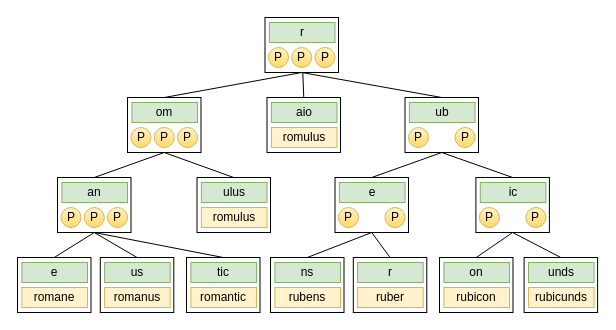
Before: page "第 6 页" (11 of 14) of 论文.drawio in jue73/7339, a draw.io diagram. Source tidied: cells renumbered, new cells numbered last; positions are measured from the earlier drawing's top-left corner, leaving out a move shared by most shapes. Both pictures are drawn from the tidied source at 100%, with x=0, y=0 at pixel (17, 17).
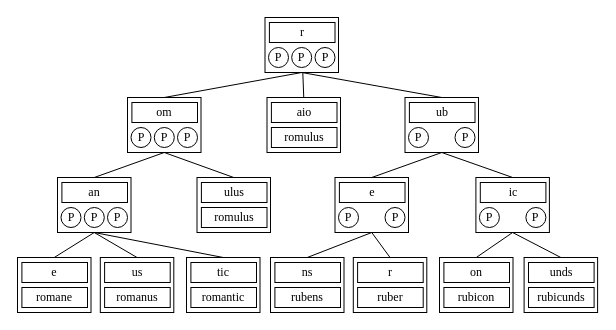
Above is the later version.

Change to the diagram source:
```diff
@@
-    <mxCell id="3" value="P" style="ellipse;whiteSpace=wrap;html=1;fillColor=#fff2cc;gradientColor=#ffd966;strokeColor=#d6b656;" parent="1" vertex="1">
+    <mxCell id="3" value="&lt;font face=&quot;Times New Roman&quot;&gt;P&lt;/font&gt;" style="ellipse;whiteSpace=wrap;html=1;" parent="1" vertex="1">
       <mxGeometry x="66.8" y="190" width="20" height="20" as="geometry" />
     </mxCell>
-    <mxCell id="4" value="P" style="ellipse;whiteSpace=wrap;html=1;fillColor=#fff2cc;gradientColor=#ffd966;strokeColor=#d6b656;" parent="1" vertex="1">
+    <mxCell id="4" value="&lt;font face=&quot;Times New Roman&quot;&gt;P&lt;/font&gt;" style="ellipse;whiteSpace=wrap;html=1;" parent="1" vertex="1">
       <mxGeometry x="90" y="190" width="20" height="20" as="geometry" />
     </mxCell>
-    <mxCell id="5" value="P" style="ellipse;whiteSpace=wrap;html=1;fillColor=#fff2cc;gradientColor=#ffd966;strokeColor=#d6b656;" parent="1" vertex="1">
+    <mxCell id="5" value="&lt;font face=&quot;Times New Roman&quot;&gt;P&lt;/font&gt;" style="ellipse;whiteSpace=wrap;html=1;" parent="1" vertex="1">
       <mxGeometry x="43.5" y="190" width="20" height="20" as="geometry" />
     </mxCell>
@@
-    <mxCell id="7" value="rubicunds" style="rounded=0;whiteSpace=wrap;html=1;fillColor=#fff2cc;strokeColor=#d6b656;" parent="1" vertex="1">
+    <mxCell id="7" value="&lt;font face=&quot;Times New Roman&quot;&gt;rubicunds&lt;/font&gt;" style="rounded=0;whiteSpace=wrap;html=1;" parent="1" vertex="1">
       <mxGeometry x="511" y="270" width="65.6" height="20" as="geometry" />
     </mxCell>
-    <mxCell id="8" value="unds" style="rounded=0;whiteSpace=wrap;html=1;fillColor=#d5e8d4;strokeColor=#82b366;" parent="1" vertex="1">
+    <mxCell id="8" value="&lt;font face=&quot;Times New Roman&quot;&gt;unds&lt;/font&gt;" style="rounded=0;whiteSpace=wrap;html=1;" parent="1" vertex="1">
       <mxGeometry x="511" y="245" width="65.6" height="20" as="geometry" />
     </mxCell>
@@
-    <mxCell id="10" value="rubicon" style="rounded=0;whiteSpace=wrap;html=1;fillColor=#fff2cc;strokeColor=#d6b656;" parent="1" vertex="1">
+    <mxCell id="10" value="&lt;font face=&quot;Times New Roman&quot;&gt;rubicon&lt;/font&gt;" style="rounded=0;whiteSpace=wrap;html=1;" parent="1" vertex="1">
       <mxGeometry x="426.4" y="270" width="65.6" height="20" as="geometry" />
     </mxCell>
-    <mxCell id="11" value="on" style="rounded=0;whiteSpace=wrap;html=1;fillColor=#d5e8d4;strokeColor=#82b366;" parent="1" vertex="1">
+    <mxCell id="11" value="&lt;font face=&quot;Times New Roman&quot;&gt;on&lt;/font&gt;" style="rounded=0;whiteSpace=wrap;html=1;" parent="1" vertex="1">
       <mxGeometry x="426.4" y="245" width="65.6" height="20" as="geometry" />
     </mxCell>
@@
-    <mxCell id="13" value="ruber" style="rounded=0;whiteSpace=wrap;html=1;fillColor=#fff2cc;strokeColor=#d6b656;" parent="1" vertex="1">
+    <mxCell id="13" value="&lt;font face=&quot;Times New Roman&quot;&gt;ruber&lt;/font&gt;" style="rounded=0;whiteSpace=wrap;html=1;" parent="1" vertex="1">
       <mxGeometry x="340.1" y="270" width="65.6" height="20" as="geometry" />
     </mxCell>
-    <mxCell id="14" value="r" style="rounded=0;whiteSpace=wrap;html=1;fillColor=#d5e8d4;strokeColor=#82b366;" parent="1" vertex="1">
+    <mxCell id="14" value="&lt;font face=&quot;Times New Roman&quot;&gt;r&lt;/font&gt;" style="rounded=0;whiteSpace=wrap;html=1;" parent="1" vertex="1">
       <mxGeometry x="340.1" y="245" width="65.6" height="20" as="geometry" />
     </mxCell>
@@
-    <mxCell id="16" value="rubens" style="rounded=0;whiteSpace=wrap;html=1;fillColor=#fff2cc;strokeColor=#d6b656;" parent="1" vertex="1">
+    <mxCell id="16" value="&lt;font face=&quot;Times New Roman&quot;&gt;rubens&lt;/font&gt;" style="rounded=0;whiteSpace=wrap;html=1;" parent="1" vertex="1">
       <mxGeometry x="257.4" y="270" width="65.6" height="20" as="geometry" />
     </mxCell>
-    <mxCell id="17" value="ns" style="rounded=0;whiteSpace=wrap;html=1;fillColor=#d5e8d4;strokeColor=#82b366;" parent="1" vertex="1">
+    <mxCell id="17" value="&lt;font face=&quot;Times New Roman&quot;&gt;ns&lt;/font&gt;" style="rounded=0;whiteSpace=wrap;html=1;" parent="1" vertex="1">
       <mxGeometry x="257.4" y="245" width="65.6" height="20" as="geometry" />
     </mxCell>
@@
-    <mxCell id="19" value="romantic" style="rounded=0;whiteSpace=wrap;html=1;fillColor=#fff2cc;strokeColor=#d6b656;" parent="1" vertex="1">
+    <mxCell id="19" value="&lt;font face=&quot;Times New Roman&quot;&gt;romantic&lt;/font&gt;" style="rounded=0;whiteSpace=wrap;html=1;" parent="1" vertex="1">
       <mxGeometry x="173.4" y="270" width="65.6" height="20" as="geometry" />
     </mxCell>
-    <mxCell id="20" value="tic" style="rounded=0;whiteSpace=wrap;html=1;fillColor=#d5e8d4;strokeColor=#82b366;" parent="1" vertex="1">
+    <mxCell id="20" value="&lt;font face=&quot;Times New Roman&quot;&gt;tic&lt;/font&gt;" style="rounded=0;whiteSpace=wrap;html=1;" parent="1" vertex="1">
       <mxGeometry x="173.4" y="245" width="65.6" height="20" as="geometry" />
     </mxCell>
@@
-    <mxCell id="22" value="romanus" style="rounded=0;whiteSpace=wrap;html=1;fillColor=#fff2cc;strokeColor=#d6b656;" parent="1" vertex="1">
+    <mxCell id="22" value="&lt;font face=&quot;Times New Roman&quot;&gt;romanus&lt;/font&gt;" style="rounded=0;whiteSpace=wrap;html=1;" parent="1" vertex="1">
       <mxGeometry x="87.1" y="270" width="65.6" height="20" as="geometry" />
     </mxCell>
-    <mxCell id="23" value="us" style="rounded=0;whiteSpace=wrap;html=1;fillColor=#d5e8d4;strokeColor=#82b366;" parent="1" vertex="1">
+    <mxCell id="23" value="&lt;font face=&quot;Times New Roman&quot;&gt;us&lt;/font&gt;" style="rounded=0;whiteSpace=wrap;html=1;" parent="1" vertex="1">
       <mxGeometry x="87.1" y="245" width="65.6" height="20" as="geometry" />
     </mxCell>
@@
-    <mxCell id="25" value="romane" style="rounded=0;whiteSpace=wrap;html=1;fillColor=#fff2cc;strokeColor=#d6b656;" parent="1" vertex="1">
+    <mxCell id="25" value="&lt;font face=&quot;Times New Roman&quot;&gt;romane&lt;/font&gt;" style="rounded=0;whiteSpace=wrap;html=1;" parent="1" vertex="1">
       <mxGeometry x="4.4" y="270" width="65.6" height="20" as="geometry" />
     </mxCell>
-    <mxCell id="26" value="e" style="rounded=0;whiteSpace=wrap;html=1;fillColor=#d5e8d4;strokeColor=#82b366;" parent="1" vertex="1">
+    <mxCell id="26" value="&lt;font face=&quot;Times New Roman&quot;&gt;e&lt;/font&gt;" style="rounded=0;whiteSpace=wrap;html=1;" parent="1" vertex="1">
       <mxGeometry x="4.4" y="245" width="65.6" height="20" as="geometry" />
     </mxCell>
-    <mxCell id="27" value="an" style="rounded=0;whiteSpace=wrap;html=1;fillColor=#d5e8d4;strokeColor=#82b366;" parent="1" vertex="1">
+    <mxCell id="27" value="&lt;font face=&quot;Times New Roman&quot;&gt;an&lt;/font&gt;" style="rounded=0;whiteSpace=wrap;html=1;" parent="1" vertex="1">
       <mxGeometry x="44.4" y="165" width="65.6" height="20" as="geometry" />
     </mxCell>
@@
-    <mxCell id="29" value="romulus" style="rounded=0;whiteSpace=wrap;html=1;fillColor=#fff2cc;strokeColor=#d6b656;" parent="1" vertex="1">
+    <mxCell id="29" value="&lt;font face=&quot;Times New Roman&quot;&gt;romulus&lt;/font&gt;" style="rounded=0;whiteSpace=wrap;html=1;" parent="1" vertex="1">
       <mxGeometry x="183.9" y="190" width="65.6" height="20" as="geometry" />
     </mxCell>
-    <mxCell id="30" value="ulus" style="rounded=0;whiteSpace=wrap;html=1;fillColor=#d5e8d4;strokeColor=#82b366;" parent="1" vertex="1">
+    <mxCell id="30" value="&lt;font face=&quot;Times New Roman&quot;&gt;ulus&lt;/font&gt;" style="rounded=0;whiteSpace=wrap;html=1;" parent="1" vertex="1">
       <mxGeometry x="183.9" y="165" width="65.6" height="20" as="geometry" />
     </mxCell>
@@
-    <mxCell id="32" value="P" style="ellipse;whiteSpace=wrap;html=1;fillColor=#fff2cc;gradientColor=#ffd966;strokeColor=#d6b656;" parent="1" vertex="1">
+    <mxCell id="32" value="&lt;font face=&quot;Times New Roman&quot;&gt;P&lt;/font&gt;" style="ellipse;whiteSpace=wrap;html=1;" parent="1" vertex="1">
       <mxGeometry x="367.5" y="190" width="20" height="20" as="geometry" />
     </mxCell>
-    <mxCell id="33" value="P" style="ellipse;whiteSpace=wrap;html=1;fillColor=#fff2cc;gradientColor=#ffd966;strokeColor=#d6b656;" parent="1" vertex="1">
+    <mxCell id="33" value="&lt;font face=&quot;Times New Roman&quot;&gt;P&lt;/font&gt;" style="ellipse;whiteSpace=wrap;html=1;" parent="1" vertex="1">
       <mxGeometry x="321" y="190" width="20" height="20" as="geometry" />
     </mxCell>
-    <mxCell id="34" value="e" style="rounded=0;whiteSpace=wrap;html=1;fillColor=#d5e8d4;strokeColor=#82b366;" parent="1" vertex="1">
+    <mxCell id="34" value="&lt;font face=&quot;Times New Roman&quot;&gt;e&lt;/font&gt;" style="rounded=0;whiteSpace=wrap;html=1;fillColor=none;" parent="1" vertex="1">
       <mxGeometry x="321.9" y="165" width="65.6" height="20" as="geometry" />
     </mxCell>
@@
-    <mxCell id="36" value="P" style="ellipse;whiteSpace=wrap;html=1;fillColor=#fff2cc;gradientColor=#ffd966;strokeColor=#d6b656;" parent="1" vertex="1">
+    <mxCell id="36" value="&lt;font face=&quot;Times New Roman&quot;&gt;P&lt;/font&gt;" style="ellipse;whiteSpace=wrap;html=1;" parent="1" vertex="1">
       <mxGeometry x="508.4" y="190" width="20" height="20" as="geometry" />
     </mxCell>
-    <mxCell id="37" value="P" style="ellipse;whiteSpace=wrap;html=1;fillColor=#fff2cc;gradientColor=#ffd966;strokeColor=#d6b656;" parent="1" vertex="1">
+    <mxCell id="37" value="&lt;font face=&quot;Times New Roman&quot;&gt;P&lt;/font&gt;" style="ellipse;whiteSpace=wrap;html=1;" parent="1" vertex="1">
       <mxGeometry x="461.9" y="190" width="20" height="20" as="geometry" />
     </mxCell>
-    <mxCell id="38" value="ic" style="rounded=0;whiteSpace=wrap;html=1;fillColor=#d5e8d4;strokeColor=#82b366;" parent="1" vertex="1">
+    <mxCell id="38" value="&lt;font face=&quot;Times New Roman&quot;&gt;ic&lt;/font&gt;" style="rounded=0;whiteSpace=wrap;html=1;fillColor=none;" parent="1" vertex="1">
       <mxGeometry x="462.8" y="165" width="65.6" height="20" as="geometry" />
     </mxCell>
@@
-    <mxCell id="41" value="P" style="ellipse;whiteSpace=wrap;html=1;fillColor=#fff2cc;gradientColor=#ffd966;strokeColor=#d6b656;" parent="1" vertex="1">
+    <mxCell id="41" value="&lt;font face=&quot;Times New Roman&quot;&gt;P&lt;/font&gt;" style="ellipse;whiteSpace=wrap;html=1;" parent="1" vertex="1">
       <mxGeometry x="136.8" y="110" width="20" height="20" as="geometry" />
     </mxCell>
-    <mxCell id="42" value="P" style="ellipse;whiteSpace=wrap;html=1;fillColor=#fff2cc;gradientColor=#ffd966;strokeColor=#d6b656;" parent="1" vertex="1">
+    <mxCell id="42" value="&lt;font face=&quot;Times New Roman&quot;&gt;P&lt;/font&gt;" style="ellipse;whiteSpace=wrap;html=1;" parent="1" vertex="1">
       <mxGeometry x="160" y="110" width="20" height="20" as="geometry" />
     </mxCell>
-    <mxCell id="43" value="P" style="ellipse;whiteSpace=wrap;html=1;fillColor=#fff2cc;gradientColor=#ffd966;strokeColor=#d6b656;" parent="1" vertex="1">
+    <mxCell id="43" value="&lt;font face=&quot;Times New Roman&quot;&gt;P&lt;/font&gt;" style="ellipse;whiteSpace=wrap;html=1;" parent="1" vertex="1">
       <mxGeometry x="113.5" y="110" width="20" height="20" as="geometry" />
     </mxCell>
-    <mxCell id="44" value="om" style="rounded=0;whiteSpace=wrap;html=1;fillColor=#d5e8d4;strokeColor=#82b366;" parent="1" vertex="1">
+    <mxCell id="44" value="&lt;font face=&quot;Times New Roman&quot;&gt;om&lt;/font&gt;" style="rounded=0;whiteSpace=wrap;html=1;" parent="1" vertex="1">
       <mxGeometry x="114.4" y="85" width="65.6" height="20" as="geometry" />
     </mxCell>
@@
-    <mxCell id="46" value="romulus" style="rounded=0;whiteSpace=wrap;html=1;fillColor=#fff2cc;strokeColor=#d6b656;" parent="1" vertex="1">
+    <mxCell id="46" value="&lt;font face=&quot;Times New Roman&quot;&gt;romulus&lt;/font&gt;" style="rounded=0;whiteSpace=wrap;html=1;" parent="1" vertex="1">
       <mxGeometry x="253.9" y="110" width="65.6" height="20" as="geometry" />
     </mxCell>
-    <mxCell id="47" value="aio" style="rounded=0;whiteSpace=wrap;html=1;fillColor=#d5e8d4;strokeColor=#82b366;" parent="1" vertex="1">
+    <mxCell id="47" value="&lt;font face=&quot;Times New Roman&quot;&gt;aio&lt;/font&gt;" style="rounded=0;whiteSpace=wrap;html=1;" parent="1" vertex="1">
       <mxGeometry x="253.9" y="85" width="65.6" height="20" as="geometry" />
     </mxCell>
@@
-    <mxCell id="49" value="P" style="ellipse;whiteSpace=wrap;html=1;fillColor=#fff2cc;gradientColor=#ffd966;strokeColor=#d6b656;" parent="1" vertex="1">
+    <mxCell id="49" value="&lt;font face=&quot;Times New Roman&quot;&gt;P&lt;/font&gt;" style="ellipse;whiteSpace=wrap;html=1;fillColor=none;" parent="1" vertex="1">
       <mxGeometry x="437.5" y="110" width="20" height="20" as="geometry" />
     </mxCell>
-    <mxCell id="50" value="P" style="ellipse;whiteSpace=wrap;html=1;fillColor=#fff2cc;gradientColor=#ffd966;strokeColor=#d6b656;" parent="1" vertex="1">
+    <mxCell id="50" value="&lt;font face=&quot;Times New Roman&quot;&gt;P&lt;/font&gt;" style="ellipse;whiteSpace=wrap;html=1;fillColor=none;" parent="1" vertex="1">
       <mxGeometry x="391" y="110" width="20" height="20" as="geometry" />
     </mxCell>
-    <mxCell id="51" value="ub" style="rounded=0;whiteSpace=wrap;html=1;fillColor=#d5e8d4;strokeColor=#82b366;" parent="1" vertex="1">
+    <mxCell id="51" value="&lt;font face=&quot;Times New Roman&quot;&gt;ub&lt;/font&gt;" style="rounded=0;whiteSpace=wrap;html=1;" parent="1" vertex="1">
       <mxGeometry x="391.9" y="85" width="65.6" height="20" as="geometry" />
     </mxCell>
@@
-    <mxCell id="55" value="P" style="ellipse;whiteSpace=wrap;html=1;fillColor=#fff2cc;gradientColor=#ffd966;strokeColor=#d6b656;" parent="1" vertex="1">
+    <mxCell id="55" value="&lt;font face=&quot;Times New Roman&quot;&gt;P&lt;/font&gt;" style="ellipse;whiteSpace=wrap;html=1;fillColor=none;" parent="1" vertex="1">
       <mxGeometry x="274.2" y="30" width="20" height="20" as="geometry" />
     </mxCell>
-    <mxCell id="56" value="P" style="ellipse;whiteSpace=wrap;html=1;fillColor=#fff2cc;gradientColor=#ffd966;strokeColor=#d6b656;" parent="1" vertex="1">
+    <mxCell id="56" value="&lt;font face=&quot;Times New Roman&quot;&gt;P&lt;/font&gt;" style="ellipse;whiteSpace=wrap;html=1;fillColor=none;" parent="1" vertex="1">
       <mxGeometry x="297.5" y="30" width="20" height="20" as="geometry" />
     </mxCell>
-    <mxCell id="57" value="P" style="ellipse;whiteSpace=wrap;html=1;fillColor=#fff2cc;gradientColor=#ffd966;strokeColor=#d6b656;" parent="1" vertex="1">
+    <mxCell id="57" value="&lt;font face=&quot;Times New Roman&quot;&gt;P&lt;/font&gt;" style="ellipse;whiteSpace=wrap;html=1;" parent="1" vertex="1">
       <mxGeometry x="251" y="30" width="20" height="20" as="geometry" />
     </mxCell>
@@
-    <mxCell id="59" value="r" style="rounded=0;whiteSpace=wrap;html=1;fillColor=#d5e8d4;strokeColor=#82b366;" parent="1" vertex="1">
+    <mxCell id="59" value="&lt;font face=&quot;Times New Roman&quot;&gt;r&lt;/font&gt;" style="rounded=0;whiteSpace=wrap;html=1;fillColor=none;" parent="1" vertex="1">
       <mxGeometry x="251.9" y="5" width="65.6" height="20" as="geometry" />
     </mxCell>
```
